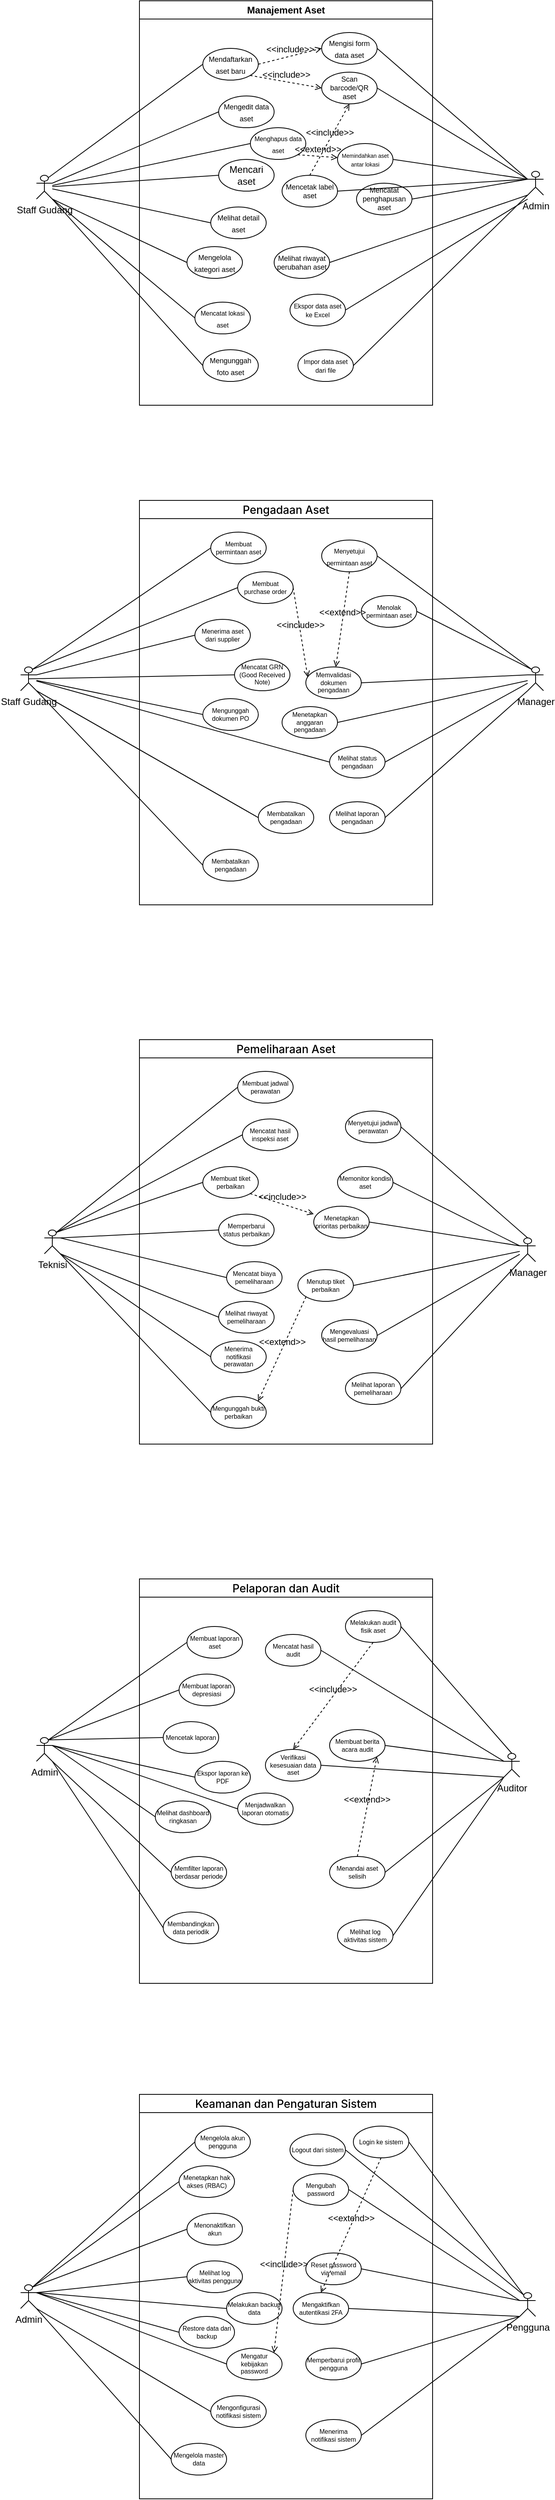
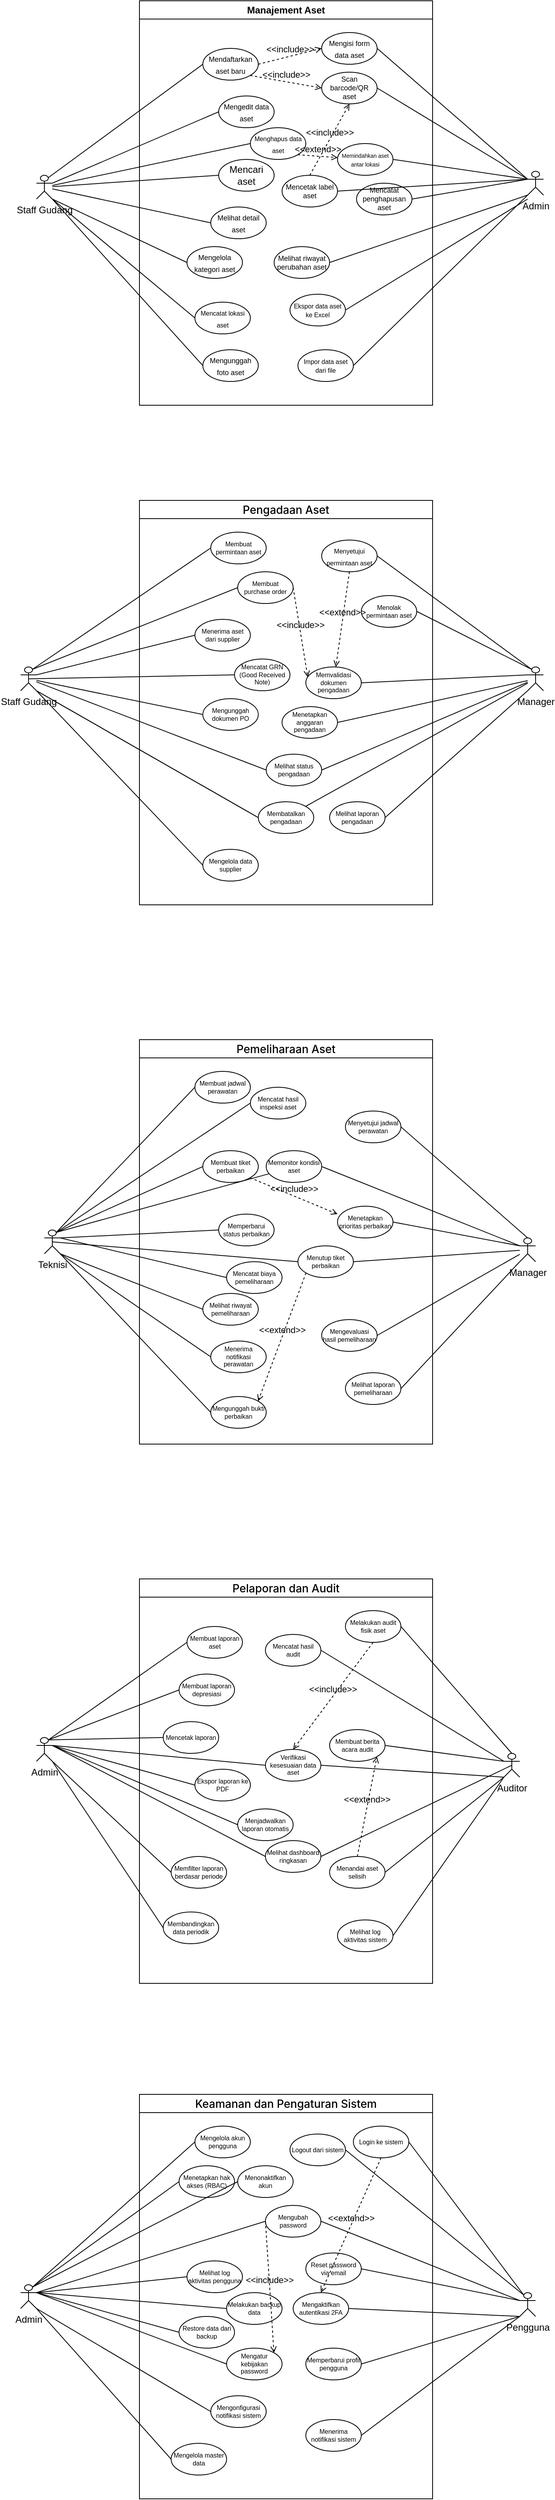
<mxfile host="app.diagrams.net">
  <diagram name="Halaman-1" id="vrqg1WvFMhjWSPYmkqD6">
    <mxGraphModel dx="858" dy="439" grid="1" gridSize="10" guides="1" tooltips="1" connect="1" arrows="1" fold="1" page="1" pageScale="1" pageWidth="827" pageHeight="1169" math="0" shadow="0">
      <root>
        <mxCell id="0" />
        <mxCell id="1" parent="0" />
        <mxCell id="ttJMnmOJ9A8DWHro3bs2-210" parent="1" style="shape=umlActor;verticalLabelPosition=bottom;verticalAlign=top;html=1;outlineConnect=0;" value="Staff Gudang" vertex="1">
          <mxGeometry height="30" width="20" x="90" y="310" as="geometry" />
        </mxCell>
        <mxCell id="ttJMnmOJ9A8DWHro3bs2-211" parent="1" style="shape=umlActor;verticalLabelPosition=bottom;verticalAlign=top;html=1;outlineConnect=0;" value="Admin" vertex="1">
          <mxGeometry height="30" width="20" x="710" y="305" as="geometry" />
        </mxCell>
        <mxCell id="ttJMnmOJ9A8DWHro3bs2-212" parent="1" style="ellipse;whiteSpace=wrap;html=1;align=center;" value="&lt;span style=&quot;&quot;&gt;&lt;font style=&quot;font-size: 9px;&quot;&gt;Mendaftarkan aset baru&lt;/font&gt;&lt;/span&gt;" vertex="1">
          <mxGeometry height="40" width="70" x="300" y="150" as="geometry" />
        </mxCell>
        <mxCell id="ttJMnmOJ9A8DWHro3bs2-213" edge="1" parent="1" source="ttJMnmOJ9A8DWHro3bs2-214" style="rounded=0;orthogonalLoop=1;jettySize=auto;html=1;exitX=0;exitY=0.5;exitDx=0;exitDy=0;endArrow=none;endFill=0;" target="ttJMnmOJ9A8DWHro3bs2-210">
          <mxGeometry relative="1" as="geometry" />
        </mxCell>
        <mxCell id="ttJMnmOJ9A8DWHro3bs2-214" parent="1" style="ellipse;whiteSpace=wrap;html=1;align=center;" value="&lt;span style=&quot;&quot;&gt;&lt;font style=&quot;font-size: 8px;&quot;&gt;Menghapus data aset&lt;/font&gt;&lt;/span&gt;" vertex="1">
          <mxGeometry height="40" width="70" x="360" y="250" as="geometry" />
        </mxCell>
        <mxCell id="ttJMnmOJ9A8DWHro3bs2-215" edge="1" parent="1" source="ttJMnmOJ9A8DWHro3bs2-216" style="rounded=0;orthogonalLoop=1;jettySize=auto;html=1;exitX=0;exitY=0.5;exitDx=0;exitDy=0;endArrow=none;endFill=0;" target="ttJMnmOJ9A8DWHro3bs2-210">
          <mxGeometry relative="1" as="geometry" />
        </mxCell>
        <mxCell id="ttJMnmOJ9A8DWHro3bs2-216" parent="1" style="ellipse;whiteSpace=wrap;html=1;align=center;" value="&lt;span style=&quot;&quot;&gt;Mencari aset&lt;/span&gt;" vertex="1">
          <mxGeometry height="40" width="70" x="320" y="290" as="geometry" />
        </mxCell>
        <mxCell id="ttJMnmOJ9A8DWHro3bs2-217" edge="1" parent="1" source="ttJMnmOJ9A8DWHro3bs2-218" style="rounded=0;orthogonalLoop=1;jettySize=auto;html=1;exitX=0;exitY=0.5;exitDx=0;exitDy=0;endArrow=none;endFill=0;" target="ttJMnmOJ9A8DWHro3bs2-210">
          <mxGeometry relative="1" as="geometry" />
        </mxCell>
        <mxCell id="ttJMnmOJ9A8DWHro3bs2-218" parent="1" style="ellipse;whiteSpace=wrap;html=1;align=center;" value="&lt;span style=&quot;&quot;&gt;&lt;font style=&quot;font-size: 9px;&quot;&gt;Melihat detail aset&lt;/font&gt;&lt;/span&gt;" vertex="1">
          <mxGeometry height="40" width="70" x="310" y="350" as="geometry" />
        </mxCell>
        <mxCell id="ttJMnmOJ9A8DWHro3bs2-219" parent="1" style="ellipse;whiteSpace=wrap;html=1;align=center;" value="&lt;span style=&quot;&quot;&gt;&lt;font style=&quot;font-size: 9px;&quot;&gt;Mengelola kategori aset&lt;/font&gt;&lt;/span&gt;" vertex="1">
          <mxGeometry height="40" width="70" x="280" y="400" as="geometry" />
        </mxCell>
        <mxCell id="ttJMnmOJ9A8DWHro3bs2-220" parent="1" style="ellipse;whiteSpace=wrap;html=1;align=center;" value="&lt;span style=&quot;&quot;&gt;&lt;font style=&quot;font-size: 9px;&quot;&gt;Mengunggah foto aset&lt;/font&gt;&lt;/span&gt;" vertex="1">
          <mxGeometry height="40" width="70" x="300" y="530" as="geometry" />
        </mxCell>
        <mxCell id="ttJMnmOJ9A8DWHro3bs2-221" parent="1" style="ellipse;whiteSpace=wrap;html=1;align=center;" value="&lt;span style=&quot;&quot;&gt;&lt;font style=&quot;font-size: 9px;&quot;&gt;Mengedit data aset&lt;/font&gt;&lt;/span&gt;" vertex="1">
          <mxGeometry height="40" width="70" x="320" y="210" as="geometry" />
        </mxCell>
        <mxCell id="ttJMnmOJ9A8DWHro3bs2-222" parent="1" style="ellipse;whiteSpace=wrap;html=1;align=center;" value="&lt;span style=&quot;&quot;&gt;&lt;font style=&quot;font-size: 8px;&quot;&gt;Mencatat lokasi aset&lt;/font&gt;&lt;/span&gt;" vertex="1">
          <mxGeometry height="40" width="70" x="290" y="470" as="geometry" />
        </mxCell>
        <mxCell id="ttJMnmOJ9A8DWHro3bs2-223" parent="1" style="ellipse;whiteSpace=wrap;html=1;align=center;" value="&lt;span style=&quot;&quot;&gt;&lt;font style=&quot;font-size: 9px;&quot;&gt;Mengisi form data aset&lt;/font&gt;&lt;/span&gt;" vertex="1">
          <mxGeometry height="40" width="70" x="450" y="130" as="geometry" />
        </mxCell>
        <mxCell id="ttJMnmOJ9A8DWHro3bs2-224" parent="1" style="ellipse;whiteSpace=wrap;html=1;verticalAlign=middle;fontSize=9;align=center;" value="&lt;font&gt;Scan barcode/QR aset&lt;/font&gt;" vertex="1">
          <mxGeometry height="40" width="70" x="450" y="180" as="geometry" />
        </mxCell>
        <mxCell id="ttJMnmOJ9A8DWHro3bs2-225" parent="1" style="ellipse;whiteSpace=wrap;html=1;verticalAlign=middle;fontSize=9;align=center;" value="Melihat riwayat perubahan aset" vertex="1">
          <mxGeometry height="40" width="70" x="390" y="400" as="geometry" />
        </mxCell>
        <mxCell id="ttJMnmOJ9A8DWHro3bs2-226" edge="1" parent="1" source="ttJMnmOJ9A8DWHro3bs2-227" style="rounded=0;orthogonalLoop=1;jettySize=auto;html=1;exitX=1;exitY=0.5;exitDx=0;exitDy=0;endArrow=none;endFill=0;">
          <mxGeometry relative="1" as="geometry">
            <mxPoint x="710" y="340" as="targetPoint" />
          </mxGeometry>
        </mxCell>
        <mxCell id="ttJMnmOJ9A8DWHro3bs2-227" parent="1" style="ellipse;whiteSpace=wrap;html=1;verticalAlign=middle;fontSize=9;align=center;" value="&lt;font style=&quot;font-size: 8px;&quot;&gt;Ekspor data aset ke Excel&lt;/font&gt;" vertex="1">
          <mxGeometry height="40" width="70" x="410" y="460" as="geometry" />
        </mxCell>
        <mxCell id="ttJMnmOJ9A8DWHro3bs2-228" parent="1" style="ellipse;whiteSpace=wrap;html=1;verticalAlign=middle;fontSize=9;align=center;" value="Mencetak label aset" vertex="1">
          <mxGeometry height="40" width="70" x="400" y="310" as="geometry" />
        </mxCell>
        <mxCell id="ttJMnmOJ9A8DWHro3bs2-229" parent="1" style="ellipse;whiteSpace=wrap;html=1;verticalAlign=middle;fontSize=9;align=center;" value="&lt;font style=&quot;font-size: 7px;&quot;&gt;Memindahkan aset antar lokasi&lt;/font&gt;" vertex="1">
          <mxGeometry height="40" width="70" x="470" y="270" as="geometry" />
        </mxCell>
        <mxCell id="ttJMnmOJ9A8DWHro3bs2-230" parent="1" style="ellipse;whiteSpace=wrap;html=1;verticalAlign=middle;fontSize=9;align=center;" value="Mencatat penghapusan aset" vertex="1">
          <mxGeometry height="40" width="70" x="494" y="320" as="geometry" />
        </mxCell>
        <mxCell id="ttJMnmOJ9A8DWHro3bs2-231" parent="1" style="ellipse;whiteSpace=wrap;html=1;verticalAlign=middle;fontSize=9;align=center;" value="&lt;font style=&quot;font-size: 8px;&quot;&gt;Impor data aset dari file&lt;/font&gt;" vertex="1">
          <mxGeometry height="40" width="70" x="420" y="530" as="geometry" />
        </mxCell>
        <mxCell id="ttJMnmOJ9A8DWHro3bs2-232" edge="1" parent="1" source="ttJMnmOJ9A8DWHro3bs2-212" style="rounded=0;orthogonalLoop=1;jettySize=auto;html=1;exitX=0;exitY=0.5;exitDx=0;exitDy=0;entryX=0.75;entryY=0.1;entryDx=0;entryDy=0;entryPerimeter=0;endArrow=none;endFill=0;" target="ttJMnmOJ9A8DWHro3bs2-210">
          <mxGeometry relative="1" as="geometry" />
        </mxCell>
        <mxCell id="ttJMnmOJ9A8DWHro3bs2-233" edge="1" parent="1" source="ttJMnmOJ9A8DWHro3bs2-221" style="rounded=0;orthogonalLoop=1;jettySize=auto;html=1;exitX=0;exitY=0.5;exitDx=0;exitDy=0;entryX=1;entryY=0.3333333333333333;entryDx=0;entryDy=0;entryPerimeter=0;endArrow=none;endFill=0;" target="ttJMnmOJ9A8DWHro3bs2-210">
          <mxGeometry relative="1" as="geometry" />
        </mxCell>
        <mxCell id="ttJMnmOJ9A8DWHro3bs2-234" edge="1" parent="1" source="ttJMnmOJ9A8DWHro3bs2-220" style="rounded=0;orthogonalLoop=1;jettySize=auto;html=1;exitX=0;exitY=0.5;exitDx=0;exitDy=0;entryX=1;entryY=1;entryDx=0;entryDy=0;entryPerimeter=0;endArrow=none;endFill=0;" target="ttJMnmOJ9A8DWHro3bs2-210">
          <mxGeometry relative="1" as="geometry" />
        </mxCell>
        <mxCell id="ttJMnmOJ9A8DWHro3bs2-235" edge="1" parent="1" source="ttJMnmOJ9A8DWHro3bs2-219" style="rounded=0;orthogonalLoop=1;jettySize=auto;html=1;exitX=0;exitY=0.5;exitDx=0;exitDy=0;entryX=1;entryY=1;entryDx=0;entryDy=0;entryPerimeter=0;startSize=5;endArrow=none;endFill=0;" target="ttJMnmOJ9A8DWHro3bs2-210">
          <mxGeometry relative="1" as="geometry" />
        </mxCell>
        <mxCell id="ttJMnmOJ9A8DWHro3bs2-236" edge="1" parent="1" source="ttJMnmOJ9A8DWHro3bs2-222" style="rounded=0;orthogonalLoop=1;jettySize=auto;html=1;exitX=0;exitY=0.5;exitDx=0;exitDy=0;entryX=1;entryY=1;entryDx=0;entryDy=0;entryPerimeter=0;endArrow=none;endFill=0;" target="ttJMnmOJ9A8DWHro3bs2-210">
          <mxGeometry relative="1" as="geometry" />
        </mxCell>
        <mxCell id="ttJMnmOJ9A8DWHro3bs2-237" edge="1" parent="1" source="ttJMnmOJ9A8DWHro3bs2-223" style="rounded=0;orthogonalLoop=1;jettySize=auto;html=1;exitX=1;exitY=0.5;exitDx=0;exitDy=0;entryX=0;entryY=0.3333333333333333;entryDx=0;entryDy=0;entryPerimeter=0;endArrow=none;endFill=0;" target="ttJMnmOJ9A8DWHro3bs2-211">
          <mxGeometry relative="1" as="geometry" />
        </mxCell>
        <mxCell id="ttJMnmOJ9A8DWHro3bs2-238" edge="1" parent="1" source="ttJMnmOJ9A8DWHro3bs2-224" style="rounded=0;orthogonalLoop=1;jettySize=auto;html=1;exitX=1;exitY=0.5;exitDx=0;exitDy=0;entryX=0;entryY=0.3333333333333333;entryDx=0;entryDy=0;entryPerimeter=0;endArrow=none;endFill=0;" target="ttJMnmOJ9A8DWHro3bs2-211">
          <mxGeometry relative="1" as="geometry" />
        </mxCell>
        <mxCell id="ttJMnmOJ9A8DWHro3bs2-239" edge="1" parent="1" source="ttJMnmOJ9A8DWHro3bs2-229" style="rounded=0;orthogonalLoop=1;jettySize=auto;html=1;exitX=1;exitY=0.5;exitDx=0;exitDy=0;entryX=0;entryY=0.3333333333333333;entryDx=0;entryDy=0;entryPerimeter=0;endArrow=none;endFill=0;" target="ttJMnmOJ9A8DWHro3bs2-211">
          <mxGeometry relative="1" as="geometry" />
        </mxCell>
        <mxCell id="ttJMnmOJ9A8DWHro3bs2-240" edge="1" parent="1" source="ttJMnmOJ9A8DWHro3bs2-230" style="rounded=0;orthogonalLoop=1;jettySize=auto;html=1;exitX=1;exitY=0.5;exitDx=0;exitDy=0;entryX=0;entryY=0.3333333333333333;entryDx=0;entryDy=0;entryPerimeter=0;endArrow=none;endFill=0;" target="ttJMnmOJ9A8DWHro3bs2-211">
          <mxGeometry relative="1" as="geometry" />
        </mxCell>
        <mxCell id="ttJMnmOJ9A8DWHro3bs2-241" edge="1" parent="1" source="ttJMnmOJ9A8DWHro3bs2-228" style="rounded=0;orthogonalLoop=1;jettySize=auto;html=1;exitX=1;exitY=0.5;exitDx=0;exitDy=0;entryX=0;entryY=0.3333333333333333;entryDx=0;entryDy=0;entryPerimeter=0;endArrow=none;endFill=0;" target="ttJMnmOJ9A8DWHro3bs2-211">
          <mxGeometry relative="1" as="geometry" />
        </mxCell>
        <mxCell id="ttJMnmOJ9A8DWHro3bs2-242" edge="1" parent="1" source="ttJMnmOJ9A8DWHro3bs2-225" style="rounded=0;orthogonalLoop=1;jettySize=auto;html=1;exitX=1;exitY=0.5;exitDx=0;exitDy=0;entryX=0;entryY=1;entryDx=0;entryDy=0;entryPerimeter=0;endArrow=none;endFill=0;" target="ttJMnmOJ9A8DWHro3bs2-211">
          <mxGeometry relative="1" as="geometry" />
        </mxCell>
        <mxCell id="ttJMnmOJ9A8DWHro3bs2-243" edge="1" parent="1" source="ttJMnmOJ9A8DWHro3bs2-231" style="rounded=0;orthogonalLoop=1;jettySize=auto;html=1;exitX=1;exitY=0.5;exitDx=0;exitDy=0;entryX=0;entryY=1;entryDx=0;entryDy=0;entryPerimeter=0;endArrow=none;endFill=0;" target="ttJMnmOJ9A8DWHro3bs2-211">
          <mxGeometry relative="1" as="geometry" />
        </mxCell>
        <mxCell id="ttJMnmOJ9A8DWHro3bs2-244" edge="1" parent="1" source="ttJMnmOJ9A8DWHro3bs2-228" style="html=1;verticalAlign=bottom;labelBackgroundColor=none;endArrow=open;endFill=0;dashed=1;rounded=0;exitX=0.5;exitY=0;exitDx=0;exitDy=0;entryX=0.5;entryY=1;entryDx=0;entryDy=0;" target="ttJMnmOJ9A8DWHro3bs2-224" value="&amp;lt;&amp;lt;include&amp;gt;&amp;gt;">
          <mxGeometry relative="1" width="160" as="geometry">
            <mxPoint x="380" y="390" as="sourcePoint" />
            <mxPoint x="540" y="390" as="targetPoint" />
          </mxGeometry>
        </mxCell>
        <mxCell id="ttJMnmOJ9A8DWHro3bs2-245" edge="1" parent="1" source="ttJMnmOJ9A8DWHro3bs2-212" style="html=1;verticalAlign=bottom;labelBackgroundColor=none;endArrow=open;endFill=0;dashed=1;rounded=0;entryX=0;entryY=0.5;entryDx=0;entryDy=0;exitX=1;exitY=0.5;exitDx=0;exitDy=0;" target="ttJMnmOJ9A8DWHro3bs2-223" value="&amp;lt;&amp;lt;include&amp;gt;&amp;gt;">
          <mxGeometry relative="1" width="160" as="geometry">
            <mxPoint x="400" y="170" as="sourcePoint" />
            <mxPoint x="560" y="170" as="targetPoint" />
          </mxGeometry>
        </mxCell>
        <mxCell id="ttJMnmOJ9A8DWHro3bs2-246" edge="1" parent="1" source="ttJMnmOJ9A8DWHro3bs2-212" style="html=1;verticalAlign=bottom;labelBackgroundColor=none;endArrow=open;endFill=0;dashed=1;rounded=0;entryX=0;entryY=0.5;entryDx=0;entryDy=0;exitX=1;exitY=1;exitDx=0;exitDy=0;" target="ttJMnmOJ9A8DWHro3bs2-224" value="&amp;lt;&amp;lt;include&amp;gt;&amp;gt;">
          <mxGeometry relative="1" width="160" as="geometry">
            <mxPoint x="400" y="190" as="sourcePoint" />
            <mxPoint x="470" y="200" as="targetPoint" />
          </mxGeometry>
        </mxCell>
        <mxCell id="ttJMnmOJ9A8DWHro3bs2-247" edge="1" parent="1" source="ttJMnmOJ9A8DWHro3bs2-214" style="html=1;verticalAlign=bottom;labelBackgroundColor=none;endArrow=open;endFill=0;dashed=1;rounded=0;exitX=1;exitY=1;exitDx=0;exitDy=0;" target="ttJMnmOJ9A8DWHro3bs2-229" value="&amp;lt;&amp;lt;extend&amp;gt;&amp;gt;">
          <mxGeometry relative="1" width="160" as="geometry">
            <mxPoint x="530" y="240" as="sourcePoint" />
            <mxPoint x="690" y="240" as="targetPoint" />
          </mxGeometry>
        </mxCell>
        <mxCell id="ttJMnmOJ9A8DWHro3bs2-248" parent="1" style="swimlane;whiteSpace=wrap;html=1;startSize=23;" value="Manajement Aset" vertex="1">
          <mxGeometry height="510" width="370" x="220" y="90" as="geometry" />
        </mxCell>
        <mxCell id="ttJMnmOJ9A8DWHro3bs2-249" parent="1" style="swimlane;whiteSpace=wrap;html=1;startSize=23;" value="&lt;span style=&quot;font-family: &amp;quot;Anthropic Sans&amp;quot;, -apple-system, BlinkMacSystemFont, &amp;quot;Segoe UI&amp;quot;, sans-serif; font-size: 14px; font-weight: 500; text-align: start; white-space: nowrap;&quot;&gt;Pengadaan Aset&lt;/span&gt;" vertex="1">
          <mxGeometry height="510" width="370" x="220" y="720" as="geometry" />
        </mxCell>
        <mxCell id="ttJMnmOJ9A8DWHro3bs2-253" parent="ttJMnmOJ9A8DWHro3bs2-249" style="ellipse;whiteSpace=wrap;html=1;align=center;fontSize=8;" value="&lt;span style=&quot;&quot;&gt;Membuat permintaan aset&lt;/span&gt;" vertex="1">
          <mxGeometry height="40" width="70" x="90" y="40" as="geometry" />
        </mxCell>
        <mxCell id="ttJMnmOJ9A8DWHro3bs2-254" parent="ttJMnmOJ9A8DWHro3bs2-249" style="ellipse;whiteSpace=wrap;html=1;align=center;fontSize=8;" value="&lt;span style=&quot;&quot;&gt;Membuat purchase order&lt;/span&gt;" vertex="1">
          <mxGeometry height="40" width="70" x="124" y="90" as="geometry" />
        </mxCell>
        <mxCell id="ttJMnmOJ9A8DWHro3bs2-260" parent="ttJMnmOJ9A8DWHro3bs2-249" style="ellipse;whiteSpace=wrap;html=1;align=center;fontSize=8;" value="&lt;span style=&quot;&quot;&gt;Menerima aset dari supplier&lt;/span&gt;" vertex="1">
          <mxGeometry height="40" width="70" x="70" y="150" as="geometry" />
        </mxCell>
-         <mxCell id="ttJMnmOJ9A8DWHro3bs2-255" parent="ttJMnmOJ9A8DWHro3bs2-249" style="ellipse;whiteSpace=wrap;html=1;align=center;fontSize=8;" value="&lt;span style=&quot;&quot;&gt;Membatalkan pengadaan&lt;/span&gt;" vertex="1">
+         <mxCell id="ttJMnmOJ9A8DWHro3bs2-255" parent="ttJMnmOJ9A8DWHro3bs2-249" style="ellipse;whiteSpace=wrap;html=1;align=center;fontSize=8;" value="Mengelola data supplier" vertex="1">
          <mxGeometry height="40" width="70" x="80" y="440" as="geometry" />
        </mxCell>
        <mxCell id="ttJMnmOJ9A8DWHro3bs2-258" parent="ttJMnmOJ9A8DWHro3bs2-249" style="ellipse;whiteSpace=wrap;html=1;align=center;fontSize=8;" value="&lt;span style=&quot;&quot;&gt;Mencatat GRN (Good Received Note)&lt;/span&gt;" vertex="1">
          <mxGeometry height="40" width="70" x="120" y="200" as="geometry" />
        </mxCell>
        <mxCell id="ttJMnmOJ9A8DWHro3bs2-259" parent="ttJMnmOJ9A8DWHro3bs2-249" style="ellipse;whiteSpace=wrap;html=1;align=center;fontSize=8;" value="&lt;span style=&quot;&quot;&gt;Membatalkan pengadaan&lt;/span&gt;" vertex="1">
          <mxGeometry height="40" width="70" x="150" y="380" as="geometry" />
        </mxCell>
        <mxCell id="ttJMnmOJ9A8DWHro3bs2-256" parent="ttJMnmOJ9A8DWHro3bs2-249" style="ellipse;whiteSpace=wrap;html=1;align=center;fontSize=8;" value="&lt;span style=&quot;&quot;&gt;Mengunggah dokumen PO&lt;/span&gt;" vertex="1">
          <mxGeometry height="40" width="70" x="80" y="250" as="geometry" />
        </mxCell>
        <mxCell id="ttJMnmOJ9A8DWHro3bs2-257" parent="ttJMnmOJ9A8DWHro3bs2-249" style="ellipse;whiteSpace=wrap;html=1;align=center;fontSize=8;" value="&lt;span style=&quot;&quot;&gt;Melihat status pengadaan&lt;/span&gt;" vertex="1">
-           <mxGeometry height="40" width="70" x="240" y="310" as="geometry" />
+           <mxGeometry height="40" width="70" x="160" y="320" as="geometry" />
        </mxCell>
        <mxCell id="ttJMnmOJ9A8DWHro3bs2-263" parent="ttJMnmOJ9A8DWHro3bs2-249" style="ellipse;whiteSpace=wrap;html=1;align=center;" value="&lt;span style=&quot;&quot;&gt;&lt;font style=&quot;font-size: 8px;&quot;&gt;Menyetujui permintaan aset&lt;/font&gt;&lt;/span&gt;" vertex="1">
          <mxGeometry height="40" width="70" x="230" y="50" as="geometry" />
        </mxCell>
        <mxCell id="ttJMnmOJ9A8DWHro3bs2-261" parent="ttJMnmOJ9A8DWHro3bs2-249" style="ellipse;whiteSpace=wrap;html=1;align=center;fontSize=8;" value="&lt;span style=&quot;&quot;&gt;Menolak permintaan aset&lt;/span&gt;" vertex="1">
          <mxGeometry height="40" width="70" x="280" y="120" as="geometry" />
        </mxCell>
        <mxCell id="ttJMnmOJ9A8DWHro3bs2-262" parent="ttJMnmOJ9A8DWHro3bs2-249" style="ellipse;whiteSpace=wrap;html=1;align=center;fontSize=8;" value="&lt;br&gt;&lt;span style=&quot;orphans: 2; text-indent: 0px; widows: 2; text-decoration-thickness: initial; text-decoration-style: initial; text-decoration-color: initial; float: none; display: inline !important; color: rgb(0, 0, 0);&quot;&gt;Menetapkan anggaran pengadaan&lt;/span&gt;&lt;div&gt;&lt;br/&gt;&lt;/div&gt;" vertex="1">
          <mxGeometry height="40" width="70" x="180" y="260" as="geometry" />
        </mxCell>
        <mxCell id="ttJMnmOJ9A8DWHro3bs2-264" parent="ttJMnmOJ9A8DWHro3bs2-249" style="ellipse;whiteSpace=wrap;html=1;align=center;fontSize=8;" value="&lt;span style=&quot;&quot;&gt;Melihat laporan pengadaan&lt;/span&gt;" vertex="1">
          <mxGeometry height="40" width="70" x="240" y="380" as="geometry" />
        </mxCell>
        <mxCell id="ttJMnmOJ9A8DWHro3bs2-265" parent="ttJMnmOJ9A8DWHro3bs2-249" style="ellipse;whiteSpace=wrap;html=1;align=center;fontSize=8;" value="&lt;span style=&quot;&quot;&gt;Memvalidasi dokumen pengadaan&lt;/span&gt;" vertex="1">
          <mxGeometry height="40" width="70" x="210" y="210" as="geometry" />
        </mxCell>
        <mxCell id="ttJMnmOJ9A8DWHro3bs2-285" edge="1" parent="ttJMnmOJ9A8DWHro3bs2-249" source="ttJMnmOJ9A8DWHro3bs2-254" style="html=1;verticalAlign=bottom;labelBackgroundColor=none;endArrow=open;endFill=0;dashed=1;rounded=0;exitX=1;exitY=0.5;exitDx=0;exitDy=0;entryX=0.035;entryY=0.322;entryDx=0;entryDy=0;entryPerimeter=0;" target="ttJMnmOJ9A8DWHro3bs2-265" value="&amp;lt;&amp;lt;include&amp;gt;&amp;gt;">
          <mxGeometry relative="1" width="160" as="geometry">
            <mxPoint x="200" y="180" as="sourcePoint" />
            <mxPoint x="250" y="90" as="targetPoint" />
          </mxGeometry>
        </mxCell>
        <mxCell id="ttJMnmOJ9A8DWHro3bs2-286" edge="1" parent="ttJMnmOJ9A8DWHro3bs2-249" source="ttJMnmOJ9A8DWHro3bs2-263" style="html=1;verticalAlign=bottom;labelBackgroundColor=none;endArrow=open;endFill=0;dashed=1;rounded=0;exitX=0.5;exitY=1;exitDx=0;exitDy=0;" target="ttJMnmOJ9A8DWHro3bs2-265" value="&amp;lt;&amp;lt;extend&amp;gt;&amp;gt;">
          <mxGeometry relative="1" width="160" as="geometry">
            <mxPoint x="220" y="80" as="sourcePoint" />
            <mxPoint x="270" y="84" as="targetPoint" />
          </mxGeometry>
        </mxCell>
        <mxCell id="ttJMnmOJ9A8DWHro3bs2-250" parent="1" style="shape=umlActor;verticalLabelPosition=bottom;verticalAlign=top;html=1;outlineConnect=0;" value="Staff Gudang" vertex="1">
          <mxGeometry height="30" width="20" x="70" y="930" as="geometry" />
        </mxCell>
        <mxCell id="ttJMnmOJ9A8DWHro3bs2-251" parent="1" style="shape=umlActor;verticalLabelPosition=bottom;verticalAlign=top;html=1;outlineConnect=0;" value="Manager" vertex="1">
          <mxGeometry height="30" width="20" x="710" y="930" as="geometry" />
        </mxCell>
        <mxCell id="ttJMnmOJ9A8DWHro3bs2-274" edge="1" parent="1" source="ttJMnmOJ9A8DWHro3bs2-256" style="rounded=0;orthogonalLoop=1;jettySize=auto;html=1;exitX=0;exitY=0.5;exitDx=0;exitDy=0;endArrow=none;endFill=0;" target="ttJMnmOJ9A8DWHro3bs2-250">
          <mxGeometry relative="1" as="geometry" />
        </mxCell>
        <mxCell id="ttJMnmOJ9A8DWHro3bs2-275" edge="1" parent="1" source="ttJMnmOJ9A8DWHro3bs2-257" style="rounded=0;orthogonalLoop=1;jettySize=auto;html=1;exitX=0;exitY=0.5;exitDx=0;exitDy=0;endArrow=none;endFill=0;" target="ttJMnmOJ9A8DWHro3bs2-250">
          <mxGeometry relative="1" as="geometry" />
        </mxCell>
        <mxCell id="ttJMnmOJ9A8DWHro3bs2-266" edge="1" parent="1" source="ttJMnmOJ9A8DWHro3bs2-253" style="rounded=0;orthogonalLoop=1;jettySize=auto;html=1;exitX=0;exitY=0.5;exitDx=0;exitDy=0;entryX=0.75;entryY=0.1;entryDx=0;entryDy=0;entryPerimeter=0;endArrow=none;endFill=0;" target="ttJMnmOJ9A8DWHro3bs2-250">
          <mxGeometry relative="1" as="geometry" />
        </mxCell>
        <mxCell id="ttJMnmOJ9A8DWHro3bs2-267" edge="1" parent="1" source="ttJMnmOJ9A8DWHro3bs2-254" style="rounded=0;orthogonalLoop=1;jettySize=auto;html=1;exitX=0;exitY=0.5;exitDx=0;exitDy=0;entryX=0.75;entryY=0.1;entryDx=0;entryDy=0;entryPerimeter=0;endArrow=none;endFill=0;" target="ttJMnmOJ9A8DWHro3bs2-250">
          <mxGeometry relative="1" as="geometry" />
        </mxCell>
        <mxCell id="ttJMnmOJ9A8DWHro3bs2-268" edge="1" parent="1" source="ttJMnmOJ9A8DWHro3bs2-260" style="rounded=0;orthogonalLoop=1;jettySize=auto;html=1;exitX=0;exitY=0.5;exitDx=0;exitDy=0;entryX=1;entryY=0.3333333333333333;entryDx=0;entryDy=0;entryPerimeter=0;endArrow=none;endFill=0;" target="ttJMnmOJ9A8DWHro3bs2-250">
          <mxGeometry relative="1" as="geometry" />
        </mxCell>
        <mxCell id="ttJMnmOJ9A8DWHro3bs2-269" edge="1" parent="1" source="ttJMnmOJ9A8DWHro3bs2-255" style="rounded=0;orthogonalLoop=1;jettySize=auto;html=1;exitX=0;exitY=0.5;exitDx=0;exitDy=0;entryX=1;entryY=1;entryDx=0;entryDy=0;entryPerimeter=0;endArrow=none;endFill=0;" target="ttJMnmOJ9A8DWHro3bs2-250">
          <mxGeometry relative="1" as="geometry" />
        </mxCell>
        <mxCell id="ttJMnmOJ9A8DWHro3bs2-271" edge="1" parent="1" source="ttJMnmOJ9A8DWHro3bs2-259" style="rounded=0;orthogonalLoop=1;jettySize=auto;html=1;exitX=0;exitY=0.5;exitDx=0;exitDy=0;entryX=1;entryY=1;entryDx=0;entryDy=0;entryPerimeter=0;endArrow=none;endFill=0;" target="ttJMnmOJ9A8DWHro3bs2-250">
          <mxGeometry relative="1" as="geometry" />
        </mxCell>
        <mxCell id="ttJMnmOJ9A8DWHro3bs2-272" edge="1" parent="1" source="ttJMnmOJ9A8DWHro3bs2-259" style="rounded=0;orthogonalLoop=1;jettySize=auto;html=1;exitX=0;exitY=0.5;exitDx=0;exitDy=0;entryX=1;entryY=1;entryDx=0;entryDy=0;entryPerimeter=0;endArrow=none;endFill=0;" target="ttJMnmOJ9A8DWHro3bs2-250">
          <mxGeometry relative="1" as="geometry" />
        </mxCell>
        <mxCell id="ttJMnmOJ9A8DWHro3bs2-276" edge="1" parent="1" source="ttJMnmOJ9A8DWHro3bs2-258" style="rounded=0;orthogonalLoop=1;jettySize=auto;html=1;exitX=0;exitY=0.5;exitDx=0;exitDy=0;entryX=0.5;entryY=0.5;entryDx=0;entryDy=0;entryPerimeter=0;endArrow=none;endFill=0;" target="ttJMnmOJ9A8DWHro3bs2-250" value="">
          <mxGeometry relative="1" as="geometry">
            <mxPoint x="330" y="1030" as="sourcePoint" />
            <mxPoint x="120" y="900" as="targetPoint" />
          </mxGeometry>
        </mxCell>
        <mxCell id="ttJMnmOJ9A8DWHro3bs2-278" edge="1" parent="1" source="ttJMnmOJ9A8DWHro3bs2-263" style="rounded=0;orthogonalLoop=1;jettySize=auto;html=1;exitX=1;exitY=0.5;exitDx=0;exitDy=0;entryX=0.25;entryY=0.1;entryDx=0;entryDy=0;entryPerimeter=0;endArrow=none;endFill=0;" target="ttJMnmOJ9A8DWHro3bs2-251">
          <mxGeometry relative="1" as="geometry" />
        </mxCell>
        <mxCell id="ttJMnmOJ9A8DWHro3bs2-279" edge="1" parent="1" source="ttJMnmOJ9A8DWHro3bs2-261" style="rounded=0;orthogonalLoop=1;jettySize=auto;html=1;exitX=1;exitY=0.5;exitDx=0;exitDy=0;entryX=0.25;entryY=0.1;entryDx=0;entryDy=0;entryPerimeter=0;endArrow=none;endFill=0;" target="ttJMnmOJ9A8DWHro3bs2-251">
          <mxGeometry relative="1" as="geometry" />
        </mxCell>
        <mxCell id="ttJMnmOJ9A8DWHro3bs2-280" edge="1" parent="1" source="ttJMnmOJ9A8DWHro3bs2-262" style="rounded=0;orthogonalLoop=1;jettySize=auto;html=1;exitX=1;exitY=0.5;exitDx=0;exitDy=0;endArrow=none;endFill=0;" target="ttJMnmOJ9A8DWHro3bs2-251">
          <mxGeometry relative="1" as="geometry" />
        </mxCell>
        <mxCell id="ttJMnmOJ9A8DWHro3bs2-281" edge="1" parent="1" source="ttJMnmOJ9A8DWHro3bs2-264" style="rounded=0;orthogonalLoop=1;jettySize=auto;html=1;exitX=1;exitY=0.5;exitDx=0;exitDy=0;entryX=0;entryY=1;entryDx=0;entryDy=0;entryPerimeter=0;endArrow=none;endFill=0;" target="ttJMnmOJ9A8DWHro3bs2-251">
          <mxGeometry relative="1" as="geometry" />
        </mxCell>
        <mxCell id="ttJMnmOJ9A8DWHro3bs2-282" edge="1" parent="1" source="ttJMnmOJ9A8DWHro3bs2-265" style="rounded=0;orthogonalLoop=1;jettySize=auto;html=1;exitX=1;exitY=0.5;exitDx=0;exitDy=0;entryX=0;entryY=0.3333333333333333;entryDx=0;entryDy=0;entryPerimeter=0;endArrow=none;endFill=0;" target="ttJMnmOJ9A8DWHro3bs2-251">
          <mxGeometry relative="1" as="geometry" />
        </mxCell>
        <mxCell id="ttJMnmOJ9A8DWHro3bs2-319" parent="1" style="swimlane;whiteSpace=wrap;html=1;startSize=23;" value="&lt;span style=&quot;font-family: &amp;quot;Anthropic Sans&amp;quot;, -apple-system, BlinkMacSystemFont, &amp;quot;Segoe UI&amp;quot;, sans-serif; font-size: 14px; font-weight: 500; text-align: start; white-space: nowrap;&quot;&gt;Pemeliharaan Aset&lt;/span&gt;" vertex="1">
          <mxGeometry height="510" width="370" x="220" y="1400" as="geometry" />
        </mxCell>
        <mxCell id="ttJMnmOJ9A8DWHro3bs2-322" parent="ttJMnmOJ9A8DWHro3bs2-319" style="ellipse;whiteSpace=wrap;html=1;align=center;fontSize=8;" value="Membuat jadwal perawatan" vertex="1">
-           <mxGeometry height="40" width="70" x="124" y="40" as="geometry" />
+           <mxGeometry height="40" width="70" x="70" y="40" as="geometry" />
        </mxCell>
        <mxCell id="ttJMnmOJ9A8DWHro3bs2-323" parent="ttJMnmOJ9A8DWHro3bs2-319" style="ellipse;whiteSpace=wrap;html=1;align=center;fontSize=8;" value="Mencatat hasil inspeksi aset" vertex="1">
-           <mxGeometry height="40" width="70" x="130" y="100" as="geometry" />
+           <mxGeometry height="40" width="70" x="140" y="60" as="geometry" />
        </mxCell>
        <mxCell id="ttJMnmOJ9A8DWHro3bs2-324" parent="ttJMnmOJ9A8DWHro3bs2-319" style="ellipse;whiteSpace=wrap;html=1;align=center;fontSize=8;" value="Membuat tiket perbaikan" vertex="1">
-           <mxGeometry height="40" width="70" x="80" y="160" as="geometry" />
+           <mxGeometry height="40" width="70" x="80" y="140" as="geometry" />
        </mxCell>
        <mxCell id="ttJMnmOJ9A8DWHro3bs2-325" parent="ttJMnmOJ9A8DWHro3bs2-319" style="ellipse;whiteSpace=wrap;html=1;align=center;fontSize=8;" value="Memperbarui status perbaikan" vertex="1">
          <mxGeometry height="40" width="70" x="100" y="220" as="geometry" />
        </mxCell>
        <mxCell id="ttJMnmOJ9A8DWHro3bs2-326" parent="ttJMnmOJ9A8DWHro3bs2-319" style="ellipse;whiteSpace=wrap;html=1;align=center;fontSize=8;" value="Mencatat biaya pemeliharaan" vertex="1">
          <mxGeometry height="40" width="70" x="110" y="280" as="geometry" />
        </mxCell>
        <mxCell id="ttJMnmOJ9A8DWHro3bs2-327" parent="ttJMnmOJ9A8DWHro3bs2-319" style="ellipse;whiteSpace=wrap;html=1;align=center;fontSize=8;" value="Menerima notifikasi perawatan" vertex="1">
          <mxGeometry height="40" width="70" x="90" y="380" as="geometry" />
        </mxCell>
        <mxCell id="ttJMnmOJ9A8DWHro3bs2-328" parent="ttJMnmOJ9A8DWHro3bs2-319" style="ellipse;whiteSpace=wrap;html=1;align=center;fontSize=8;" value="Melihat riwayat pemeliharaan" vertex="1">
-           <mxGeometry height="40" width="70" x="100" y="330" as="geometry" />
+           <mxGeometry height="40" width="70" x="80" y="320" as="geometry" />
        </mxCell>
        <mxCell id="ttJMnmOJ9A8DWHro3bs2-329" parent="ttJMnmOJ9A8DWHro3bs2-319" style="ellipse;whiteSpace=wrap;html=1;align=center;fontSize=8;" value="Mengunggah bukti perbaikan" vertex="1">
          <mxGeometry height="40" width="70" x="90" y="450" as="geometry" />
        </mxCell>
        <mxCell id="ttJMnmOJ9A8DWHro3bs2-332" parent="ttJMnmOJ9A8DWHro3bs2-319" style="ellipse;whiteSpace=wrap;html=1;align=center;fontSize=8;" value="Menetapkan prioritas perbaikan" vertex="1">
-           <mxGeometry height="40" width="70" x="220" y="210" as="geometry" />
+           <mxGeometry height="40" width="70" x="250" y="210" as="geometry" />
        </mxCell>
        <mxCell id="ttJMnmOJ9A8DWHro3bs2-333" parent="ttJMnmOJ9A8DWHro3bs2-319" style="ellipse;whiteSpace=wrap;html=1;align=center;fontSize=8;" value="Melihat laporan pemeliharaan" vertex="1">
          <mxGeometry height="40" width="70" x="260" y="420" as="geometry" />
        </mxCell>
        <mxCell id="ttJMnmOJ9A8DWHro3bs2-334" parent="ttJMnmOJ9A8DWHro3bs2-319" style="ellipse;whiteSpace=wrap;html=1;align=center;fontSize=8;" value="Menutup tiket perbaikan" vertex="1">
-           <mxGeometry height="40" width="70" x="200" y="290" as="geometry" />
+           <mxGeometry height="40" width="70" x="200" y="260" as="geometry" />
        </mxCell>
        <mxCell id="ttJMnmOJ9A8DWHro3bs2-335" parent="ttJMnmOJ9A8DWHro3bs2-319" style="ellipse;whiteSpace=wrap;html=1;align=center;fontSize=8;" value="Mengevaluasi hasil pemeliharaan" vertex="1">
          <mxGeometry height="40" width="70" x="230" y="353" as="geometry" />
        </mxCell>
        <mxCell id="ttJMnmOJ9A8DWHro3bs2-352" edge="1" parent="ttJMnmOJ9A8DWHro3bs2-319" source="ttJMnmOJ9A8DWHro3bs2-335" style="edgeStyle=orthogonalEdgeStyle;rounded=0;orthogonalLoop=1;jettySize=auto;html=1;exitX=0.5;exitY=1;exitDx=0;exitDy=0;" target="ttJMnmOJ9A8DWHro3bs2-335">
          <mxGeometry relative="1" as="geometry" />
        </mxCell>
        <mxCell id="ttJMnmOJ9A8DWHro3bs2-353" edge="1" parent="ttJMnmOJ9A8DWHro3bs2-319" source="ttJMnmOJ9A8DWHro3bs2-324" style="html=1;verticalAlign=bottom;labelBackgroundColor=none;endArrow=open;endFill=0;dashed=1;rounded=0;exitX=1;exitY=1;exitDx=0;exitDy=0;entryX=0;entryY=0.25;entryDx=0;entryDy=0;entryPerimeter=0;" target="ttJMnmOJ9A8DWHro3bs2-332" value="&amp;lt;&amp;lt;include&amp;gt;&amp;gt;">
          <mxGeometry relative="1" width="160" as="geometry">
            <mxPoint x="220" y="180" as="sourcePoint" />
            <mxPoint x="238" y="293" as="targetPoint" />
          </mxGeometry>
        </mxCell>
        <mxCell id="ttJMnmOJ9A8DWHro3bs2-354" edge="1" parent="ttJMnmOJ9A8DWHro3bs2-319" source="ttJMnmOJ9A8DWHro3bs2-334" style="html=1;verticalAlign=bottom;labelBackgroundColor=none;endArrow=open;endFill=0;dashed=1;rounded=0;exitX=0;exitY=1;exitDx=0;exitDy=0;entryX=1;entryY=0;entryDx=0;entryDy=0;" target="ttJMnmOJ9A8DWHro3bs2-329" value="&amp;lt;&amp;lt;extend&amp;gt;&amp;gt;">
          <mxGeometry relative="1" width="160" as="geometry">
            <mxPoint x="197" y="390" as="sourcePoint" />
            <mxPoint x="180" y="510" as="targetPoint" />
          </mxGeometry>
        </mxCell>
+         <mxCell id="ttJMnmOJ9A8DWHro3bs2-331" parent="ttJMnmOJ9A8DWHro3bs2-319" style="ellipse;whiteSpace=wrap;html=1;align=center;fontSize=8;" value="Memonitor kondisi aset" vertex="1">
+           <mxGeometry height="40" width="70" x="160" y="140" as="geometry" />
+         </mxCell>
+         <mxCell id="JGa3toTjyCk54IzFmMTe-4" edge="1" parent="1" source="ttJMnmOJ9A8DWHro3bs2-320" style="rounded=0;orthogonalLoop=1;jettySize=auto;html=1;exitX=0.5;exitY=0.5;exitDx=0;exitDy=0;exitPerimeter=0;entryX=0;entryY=0.5;entryDx=0;entryDy=0;endArrow=none;endFill=0;" target="ttJMnmOJ9A8DWHro3bs2-334">
+           <mxGeometry relative="1" as="geometry" />
+         </mxCell>
        <mxCell id="ttJMnmOJ9A8DWHro3bs2-320" parent="1" style="shape=umlActor;verticalLabelPosition=bottom;verticalAlign=top;html=1;outlineConnect=0;" value="Teknisi" vertex="1">
          <mxGeometry height="30" width="20" x="100" y="1640" as="geometry" />
        </mxCell>
        <mxCell id="ttJMnmOJ9A8DWHro3bs2-321" parent="1" style="shape=umlActor;verticalLabelPosition=bottom;verticalAlign=top;html=1;outlineConnect=0;" value="Manager" vertex="1">
          <mxGeometry height="30" width="20" x="700" y="1650" as="geometry" />
        </mxCell>
        <mxCell id="ttJMnmOJ9A8DWHro3bs2-330" parent="1" style="ellipse;whiteSpace=wrap;html=1;align=center;fontSize=8;" value="Menyetujui jadwal perawatan" vertex="1">
          <mxGeometry height="40" width="70" x="480" y="1490" as="geometry" />
-         </mxCell>
-         <mxCell id="ttJMnmOJ9A8DWHro3bs2-331" parent="1" style="ellipse;whiteSpace=wrap;html=1;align=center;fontSize=8;" value="Memonitor kondisi aset" vertex="1">
-           <mxGeometry height="40" width="70" x="470" y="1560" as="geometry" />
        </mxCell>
        <mxCell id="ttJMnmOJ9A8DWHro3bs2-351" edge="1" parent="1" source="ttJMnmOJ9A8DWHro3bs2-335" style="rounded=0;orthogonalLoop=1;jettySize=auto;html=1;exitX=1;exitY=0.5;exitDx=0;exitDy=0;endArrow=none;endFill=0;" target="ttJMnmOJ9A8DWHro3bs2-321">
          <mxGeometry relative="1" as="geometry" />
        </mxCell>
        <mxCell id="ttJMnmOJ9A8DWHro3bs2-336" edge="1" parent="1" source="ttJMnmOJ9A8DWHro3bs2-322" style="rounded=0;orthogonalLoop=1;jettySize=auto;html=1;exitX=0;exitY=0.5;exitDx=0;exitDy=0;entryX=0.75;entryY=0.1;entryDx=0;entryDy=0;entryPerimeter=0;endArrow=none;endFill=0;" target="ttJMnmOJ9A8DWHro3bs2-320">
          <mxGeometry relative="1" as="geometry" />
        </mxCell>
        <mxCell id="ttJMnmOJ9A8DWHro3bs2-337" edge="1" parent="1" source="ttJMnmOJ9A8DWHro3bs2-323" style="rounded=0;orthogonalLoop=1;jettySize=auto;html=1;exitX=0;exitY=0.5;exitDx=0;exitDy=0;entryX=0.75;entryY=0.1;entryDx=0;entryDy=0;entryPerimeter=0;endArrow=none;endFill=0;" target="ttJMnmOJ9A8DWHro3bs2-320">
          <mxGeometry relative="1" as="geometry" />
        </mxCell>
        <mxCell id="ttJMnmOJ9A8DWHro3bs2-338" edge="1" parent="1" source="ttJMnmOJ9A8DWHro3bs2-324" style="rounded=0;orthogonalLoop=1;jettySize=auto;html=1;exitX=0;exitY=0.5;exitDx=0;exitDy=0;entryX=0.75;entryY=0.1;entryDx=0;entryDy=0;entryPerimeter=0;endArrow=none;endFill=0;" target="ttJMnmOJ9A8DWHro3bs2-320">
          <mxGeometry relative="1" as="geometry" />
        </mxCell>
        <mxCell id="ttJMnmOJ9A8DWHro3bs2-339" edge="1" parent="1" source="ttJMnmOJ9A8DWHro3bs2-325" style="rounded=0;orthogonalLoop=1;jettySize=auto;html=1;exitX=0;exitY=0.5;exitDx=0;exitDy=0;entryX=1;entryY=0.3333333333333333;entryDx=0;entryDy=0;entryPerimeter=0;endArrow=none;endFill=0;" target="ttJMnmOJ9A8DWHro3bs2-320">
          <mxGeometry relative="1" as="geometry" />
        </mxCell>
        <mxCell id="ttJMnmOJ9A8DWHro3bs2-340" edge="1" parent="1" source="ttJMnmOJ9A8DWHro3bs2-326" style="rounded=0;orthogonalLoop=1;jettySize=auto;html=1;exitX=0;exitY=0.5;exitDx=0;exitDy=0;entryX=1;entryY=0.3333333333333333;entryDx=0;entryDy=0;entryPerimeter=0;endArrow=none;endFill=0;" target="ttJMnmOJ9A8DWHro3bs2-320">
          <mxGeometry relative="1" as="geometry" />
        </mxCell>
        <mxCell id="ttJMnmOJ9A8DWHro3bs2-341" edge="1" parent="1" source="ttJMnmOJ9A8DWHro3bs2-328" style="rounded=0;orthogonalLoop=1;jettySize=auto;html=1;exitX=0;exitY=0.5;exitDx=0;exitDy=0;entryX=1;entryY=1;entryDx=0;entryDy=0;entryPerimeter=0;endArrow=none;endFill=0;" target="ttJMnmOJ9A8DWHro3bs2-320">
          <mxGeometry relative="1" as="geometry" />
        </mxCell>
        <mxCell id="ttJMnmOJ9A8DWHro3bs2-342" edge="1" parent="1" source="ttJMnmOJ9A8DWHro3bs2-327" style="rounded=0;orthogonalLoop=1;jettySize=auto;html=1;exitX=0;exitY=0.5;exitDx=0;exitDy=0;entryX=1;entryY=1;entryDx=0;entryDy=0;entryPerimeter=0;endArrow=none;endFill=0;" target="ttJMnmOJ9A8DWHro3bs2-320">
          <mxGeometry relative="1" as="geometry" />
        </mxCell>
        <mxCell id="ttJMnmOJ9A8DWHro3bs2-345" edge="1" parent="1" source="ttJMnmOJ9A8DWHro3bs2-330" style="rounded=0;orthogonalLoop=1;jettySize=auto;html=1;exitX=1;exitY=0.5;exitDx=0;exitDy=0;entryX=0.5;entryY=0;entryDx=0;entryDy=0;entryPerimeter=0;endArrow=none;endFill=0;" target="ttJMnmOJ9A8DWHro3bs2-321">
          <mxGeometry relative="1" as="geometry" />
        </mxCell>
        <mxCell id="ttJMnmOJ9A8DWHro3bs2-346" edge="1" parent="1" source="ttJMnmOJ9A8DWHro3bs2-331" style="rounded=0;orthogonalLoop=1;jettySize=auto;html=1;exitX=1;exitY=0.5;exitDx=0;exitDy=0;entryX=0;entryY=0.3333333333333333;entryDx=0;entryDy=0;entryPerimeter=0;endArrow=none;endFill=0;" target="ttJMnmOJ9A8DWHro3bs2-321">
          <mxGeometry relative="1" as="geometry" />
        </mxCell>
        <mxCell id="ttJMnmOJ9A8DWHro3bs2-348" edge="1" parent="1" source="ttJMnmOJ9A8DWHro3bs2-332" style="rounded=0;orthogonalLoop=1;jettySize=auto;html=1;exitX=1;exitY=0.5;exitDx=0;exitDy=0;entryX=0;entryY=0.3333333333333333;entryDx=0;entryDy=0;entryPerimeter=0;endArrow=none;endFill=0;" target="ttJMnmOJ9A8DWHro3bs2-321">
          <mxGeometry relative="1" as="geometry" />
        </mxCell>
        <mxCell id="ttJMnmOJ9A8DWHro3bs2-349" edge="1" parent="1" source="ttJMnmOJ9A8DWHro3bs2-333" style="rounded=0;orthogonalLoop=1;jettySize=auto;html=1;exitX=1;exitY=0.5;exitDx=0;exitDy=0;entryX=0;entryY=1;entryDx=0;entryDy=0;entryPerimeter=0;endArrow=none;endFill=0;" target="ttJMnmOJ9A8DWHro3bs2-321">
          <mxGeometry relative="1" as="geometry" />
        </mxCell>
        <mxCell id="ttJMnmOJ9A8DWHro3bs2-350" edge="1" parent="1" source="ttJMnmOJ9A8DWHro3bs2-334" style="rounded=0;orthogonalLoop=1;jettySize=auto;html=1;exitX=1;exitY=0.5;exitDx=0;exitDy=0;endArrow=none;endFill=0;" target="ttJMnmOJ9A8DWHro3bs2-321">
          <mxGeometry relative="1" as="geometry" />
        </mxCell>
        <mxCell id="ttJMnmOJ9A8DWHro3bs2-343" edge="1" parent="1" source="ttJMnmOJ9A8DWHro3bs2-329" style="rounded=0;orthogonalLoop=1;jettySize=auto;html=1;exitX=0;exitY=0.5;exitDx=0;exitDy=0;endArrow=none;endFill=0;entryX=1;entryY=1;entryDx=0;entryDy=0;entryPerimeter=0;" target="ttJMnmOJ9A8DWHro3bs2-320">
          <mxGeometry relative="1" as="geometry">
            <mxPoint x="119.99999999999977" y="1680" as="targetPoint" />
          </mxGeometry>
        </mxCell>
        <mxCell id="ttJMnmOJ9A8DWHro3bs2-355" parent="1" style="swimlane;whiteSpace=wrap;html=1;startSize=23;" value="&lt;span style=&quot;font-family: &amp;quot;Anthropic Sans&amp;quot;, -apple-system, BlinkMacSystemFont, &amp;quot;Segoe UI&amp;quot;, sans-serif; font-size: 14px; font-weight: 500; text-align: start; white-space: nowrap;&quot;&gt;Pelaporan dan Audit&lt;/span&gt;" vertex="1">
          <mxGeometry height="510" width="370" x="220" y="2080" as="geometry" />
        </mxCell>
        <mxCell id="ttJMnmOJ9A8DWHro3bs2-360" parent="ttJMnmOJ9A8DWHro3bs2-355" style="ellipse;whiteSpace=wrap;html=1;align=center;fontSize=8;" value="Mencetak laporan" vertex="1">
          <mxGeometry height="40" width="70" x="30" y="180" as="geometry" />
        </mxCell>
        <mxCell id="ttJMnmOJ9A8DWHro3bs2-361" parent="ttJMnmOJ9A8DWHro3bs2-355" style="ellipse;whiteSpace=wrap;html=1;align=center;fontSize=8;" value="Ekspor laporan ke PDF" vertex="1">
-           <mxGeometry height="40" width="70" x="70" y="230" as="geometry" />
+           <mxGeometry height="40" width="70" x="70" y="240" as="geometry" />
        </mxCell>
        <mxCell id="ttJMnmOJ9A8DWHro3bs2-362" parent="ttJMnmOJ9A8DWHro3bs2-355" style="ellipse;whiteSpace=wrap;html=1;align=center;fontSize=8;" value="Melihat dashboard ringkasan" vertex="1">
-           <mxGeometry height="40" width="70" x="20" y="280" as="geometry" />
+           <mxGeometry height="40" width="70" x="159" y="330" as="geometry" />
        </mxCell>
        <mxCell id="ttJMnmOJ9A8DWHro3bs2-371" parent="ttJMnmOJ9A8DWHro3bs2-355" style="ellipse;whiteSpace=wrap;html=1;align=center;fontSize=8;" value="Melihat log aktivitas sistem" vertex="1">
          <mxGeometry height="40" width="70" x="250" y="430" as="geometry" />
        </mxCell>
        <mxCell id="ttJMnmOJ9A8DWHro3bs2-363" parent="ttJMnmOJ9A8DWHro3bs2-355" style="ellipse;whiteSpace=wrap;html=1;align=center;fontSize=8;" value="Menjadwalkan laporan otomatis" vertex="1">
-           <mxGeometry height="40" width="70" x="124" y="270" as="geometry" />
+           <mxGeometry height="40" width="70" x="124" y="290" as="geometry" />
        </mxCell>
        <mxCell id="ttJMnmOJ9A8DWHro3bs2-369" parent="ttJMnmOJ9A8DWHro3bs2-355" style="ellipse;whiteSpace=wrap;html=1;align=center;fontSize=8;" value="Verifikasi kesesuaian data aset" vertex="1">
          <mxGeometry height="40" width="70" x="159" y="215" as="geometry" />
        </mxCell>
        <mxCell id="ttJMnmOJ9A8DWHro3bs2-367" parent="ttJMnmOJ9A8DWHro3bs2-355" style="ellipse;whiteSpace=wrap;html=1;align=center;fontSize=8;" value="Mencatat hasil audit" vertex="1">
          <mxGeometry height="40" width="70" x="159" y="70" as="geometry" />
        </mxCell>
+         <mxCell id="JGa3toTjyCk54IzFmMTe-7" edge="1" parent="1" source="ttJMnmOJ9A8DWHro3bs2-356" style="rounded=0;orthogonalLoop=1;jettySize=auto;html=1;exitX=1;exitY=0.3333333333333333;exitDx=0;exitDy=0;exitPerimeter=0;entryX=0;entryY=0.5;entryDx=0;entryDy=0;endArrow=none;endFill=0;" target="ttJMnmOJ9A8DWHro3bs2-369">
+           <mxGeometry relative="1" as="geometry" />
+         </mxCell>
        <mxCell id="ttJMnmOJ9A8DWHro3bs2-356" parent="1" style="shape=umlActor;verticalLabelPosition=bottom;verticalAlign=top;html=1;outlineConnect=0;" value="Admin" vertex="1">
          <mxGeometry height="30" width="20" x="90" y="2280" as="geometry" />
        </mxCell>
+         <mxCell id="JGa3toTjyCk54IzFmMTe-6" edge="1" parent="1" source="ttJMnmOJ9A8DWHro3bs2-357" style="rounded=0;orthogonalLoop=1;jettySize=auto;html=1;exitX=0.5;exitY=0.5;exitDx=0;exitDy=0;exitPerimeter=0;entryX=1;entryY=0.5;entryDx=0;entryDy=0;endArrow=none;endFill=0;" target="ttJMnmOJ9A8DWHro3bs2-362">
+           <mxGeometry relative="1" as="geometry" />
+         </mxCell>
        <mxCell id="ttJMnmOJ9A8DWHro3bs2-357" parent="1" style="shape=umlActor;verticalLabelPosition=bottom;verticalAlign=top;html=1;outlineConnect=0;" value="Auditor" vertex="1">
          <mxGeometry height="30" width="20" x="680" y="2300" as="geometry" />
        </mxCell>
        <mxCell id="ttJMnmOJ9A8DWHro3bs2-358" parent="1" style="ellipse;whiteSpace=wrap;html=1;align=center;fontSize=8;" value="Membuat laporan aset" vertex="1">
          <mxGeometry height="40" width="70" x="280" y="2140" as="geometry" />
        </mxCell>
        <mxCell id="ttJMnmOJ9A8DWHro3bs2-359" parent="1" style="ellipse;whiteSpace=wrap;html=1;align=center;fontSize=8;" value="Membuat laporan depresiasi" vertex="1">
          <mxGeometry height="40" width="70" x="270" y="2200" as="geometry" />
        </mxCell>
        <mxCell id="ttJMnmOJ9A8DWHro3bs2-364" parent="1" style="ellipse;whiteSpace=wrap;html=1;align=center;fontSize=8;" value="Memfilter laporan berdasar periode" vertex="1">
          <mxGeometry height="40" width="70" x="260" y="2430" as="geometry" />
        </mxCell>
        <mxCell id="ttJMnmOJ9A8DWHro3bs2-365" parent="1" style="ellipse;whiteSpace=wrap;html=1;align=center;fontSize=8;" value="Membandingkan data periodik" vertex="1">
          <mxGeometry height="40" width="70" x="250" y="2500" as="geometry" />
        </mxCell>
        <mxCell id="ttJMnmOJ9A8DWHro3bs2-366" parent="1" style="ellipse;whiteSpace=wrap;html=1;align=center;fontSize=8;" value="Melakukan audit fisik aset" vertex="1">
          <mxGeometry height="40" width="70" x="480" y="2120" as="geometry" />
        </mxCell>
        <mxCell id="ttJMnmOJ9A8DWHro3bs2-368" parent="1" style="ellipse;whiteSpace=wrap;html=1;align=center;fontSize=8;" value="Membuat berita acara audit" vertex="1">
          <mxGeometry height="40" width="70" x="460" y="2270" as="geometry" />
        </mxCell>
        <mxCell id="ttJMnmOJ9A8DWHro3bs2-370" parent="1" style="ellipse;whiteSpace=wrap;html=1;align=center;fontSize=8;" value="Menandai aset selisih" vertex="1">
          <mxGeometry height="40" width="70" x="460" y="2430" as="geometry" />
        </mxCell>
        <mxCell id="ttJMnmOJ9A8DWHro3bs2-372" edge="1" parent="1" source="ttJMnmOJ9A8DWHro3bs2-358" style="rounded=0;orthogonalLoop=1;jettySize=auto;html=1;exitX=0;exitY=0.5;exitDx=0;exitDy=0;entryX=0.75;entryY=0.1;entryDx=0;entryDy=0;entryPerimeter=0;endArrow=none;endFill=0;" target="ttJMnmOJ9A8DWHro3bs2-356">
          <mxGeometry relative="1" as="geometry" />
        </mxCell>
        <mxCell id="ttJMnmOJ9A8DWHro3bs2-373" edge="1" parent="1" source="ttJMnmOJ9A8DWHro3bs2-359" style="rounded=0;orthogonalLoop=1;jettySize=auto;html=1;exitX=0;exitY=0.5;exitDx=0;exitDy=0;entryX=0.75;entryY=0.1;entryDx=0;entryDy=0;entryPerimeter=0;endArrow=none;endFill=0;" target="ttJMnmOJ9A8DWHro3bs2-356">
          <mxGeometry relative="1" as="geometry" />
        </mxCell>
        <mxCell id="ttJMnmOJ9A8DWHro3bs2-374" edge="1" parent="1" source="ttJMnmOJ9A8DWHro3bs2-360" style="rounded=0;orthogonalLoop=1;jettySize=auto;html=1;exitX=0;exitY=0.5;exitDx=0;exitDy=0;entryX=0.75;entryY=0.1;entryDx=0;entryDy=0;entryPerimeter=0;endArrow=none;endFill=0;" target="ttJMnmOJ9A8DWHro3bs2-356">
          <mxGeometry relative="1" as="geometry" />
        </mxCell>
        <mxCell id="ttJMnmOJ9A8DWHro3bs2-375" edge="1" parent="1" source="ttJMnmOJ9A8DWHro3bs2-361" style="rounded=0;orthogonalLoop=1;jettySize=auto;html=1;exitX=0;exitY=0.5;exitDx=0;exitDy=0;entryX=1;entryY=0.3333333333333333;entryDx=0;entryDy=0;entryPerimeter=0;endArrow=none;endFill=0;" target="ttJMnmOJ9A8DWHro3bs2-356">
          <mxGeometry relative="1" as="geometry" />
        </mxCell>
        <mxCell id="ttJMnmOJ9A8DWHro3bs2-376" edge="1" parent="1" source="ttJMnmOJ9A8DWHro3bs2-362" style="rounded=0;orthogonalLoop=1;jettySize=auto;html=1;exitX=0;exitY=0.5;exitDx=0;exitDy=0;entryX=1;entryY=0.3333333333333333;entryDx=0;entryDy=0;entryPerimeter=0;endArrow=none;endFill=0;" target="ttJMnmOJ9A8DWHro3bs2-356">
          <mxGeometry relative="1" as="geometry" />
        </mxCell>
        <mxCell id="ttJMnmOJ9A8DWHro3bs2-377" edge="1" parent="1" source="ttJMnmOJ9A8DWHro3bs2-364" style="rounded=0;orthogonalLoop=1;jettySize=auto;html=1;exitX=0;exitY=0.5;exitDx=0;exitDy=0;entryX=1;entryY=1;entryDx=0;entryDy=0;entryPerimeter=0;endArrow=none;endFill=0;" target="ttJMnmOJ9A8DWHro3bs2-356">
          <mxGeometry relative="1" as="geometry" />
        </mxCell>
        <mxCell id="ttJMnmOJ9A8DWHro3bs2-378" edge="1" parent="1" source="ttJMnmOJ9A8DWHro3bs2-365" style="rounded=0;orthogonalLoop=1;jettySize=auto;html=1;exitX=0;exitY=0.5;exitDx=0;exitDy=0;entryX=1;entryY=1;entryDx=0;entryDy=0;entryPerimeter=0;endArrow=none;endFill=0;" target="ttJMnmOJ9A8DWHro3bs2-356">
          <mxGeometry relative="1" as="geometry" />
        </mxCell>
        <mxCell id="ttJMnmOJ9A8DWHro3bs2-379" edge="1" parent="1" source="ttJMnmOJ9A8DWHro3bs2-366" style="rounded=0;orthogonalLoop=1;jettySize=auto;html=1;exitX=1;exitY=0.5;exitDx=0;exitDy=0;entryX=0.5;entryY=0;entryDx=0;entryDy=0;entryPerimeter=0;endArrow=none;endFill=0;" target="ttJMnmOJ9A8DWHro3bs2-357">
          <mxGeometry relative="1" as="geometry" />
        </mxCell>
        <mxCell id="ttJMnmOJ9A8DWHro3bs2-382" edge="1" parent="1" source="ttJMnmOJ9A8DWHro3bs2-367" style="rounded=0;orthogonalLoop=1;jettySize=auto;html=1;exitX=1;exitY=0.5;exitDx=0;exitDy=0;entryX=0;entryY=0.3333333333333333;entryDx=0;entryDy=0;entryPerimeter=0;endArrow=none;endFill=0;" target="ttJMnmOJ9A8DWHro3bs2-357">
          <mxGeometry relative="1" as="geometry" />
        </mxCell>
        <mxCell id="ttJMnmOJ9A8DWHro3bs2-383" edge="1" parent="1" source="ttJMnmOJ9A8DWHro3bs2-368" style="rounded=0;orthogonalLoop=1;jettySize=auto;html=1;exitX=1;exitY=0.5;exitDx=0;exitDy=0;entryX=0;entryY=0.3333333333333333;entryDx=0;entryDy=0;entryPerimeter=0;endArrow=none;endFill=0;" target="ttJMnmOJ9A8DWHro3bs2-357">
          <mxGeometry relative="1" as="geometry" />
        </mxCell>
        <mxCell id="ttJMnmOJ9A8DWHro3bs2-384" edge="1" parent="1" source="ttJMnmOJ9A8DWHro3bs2-369" style="rounded=0;orthogonalLoop=1;jettySize=auto;html=1;exitX=1;exitY=0.5;exitDx=0;exitDy=0;entryX=0;entryY=1;entryDx=0;entryDy=0;entryPerimeter=0;endArrow=none;endFill=0;" target="ttJMnmOJ9A8DWHro3bs2-357">
          <mxGeometry relative="1" as="geometry" />
        </mxCell>
        <mxCell id="ttJMnmOJ9A8DWHro3bs2-385" edge="1" parent="1" source="ttJMnmOJ9A8DWHro3bs2-370" style="rounded=0;orthogonalLoop=1;jettySize=auto;html=1;exitX=1;exitY=0.5;exitDx=0;exitDy=0;entryX=0;entryY=1;entryDx=0;entryDy=0;entryPerimeter=0;endArrow=none;endFill=0;" target="ttJMnmOJ9A8DWHro3bs2-357">
          <mxGeometry relative="1" as="geometry" />
        </mxCell>
        <mxCell id="ttJMnmOJ9A8DWHro3bs2-386" edge="1" parent="1" source="ttJMnmOJ9A8DWHro3bs2-371" style="rounded=0;orthogonalLoop=1;jettySize=auto;html=1;exitX=1;exitY=0.5;exitDx=0;exitDy=0;entryX=0;entryY=1;entryDx=0;entryDy=0;entryPerimeter=0;endArrow=none;endFill=0;" target="ttJMnmOJ9A8DWHro3bs2-357">
          <mxGeometry relative="1" as="geometry" />
        </mxCell>
        <mxCell id="ttJMnmOJ9A8DWHro3bs2-388" edge="1" parent="1" source="ttJMnmOJ9A8DWHro3bs2-363" style="rounded=0;orthogonalLoop=1;jettySize=auto;html=1;exitX=0;exitY=0.5;exitDx=0;exitDy=0;entryX=1;entryY=0.3333333333333333;entryDx=0;entryDy=0;entryPerimeter=0;endArrow=none;endFill=0;" target="ttJMnmOJ9A8DWHro3bs2-356">
          <mxGeometry relative="1" as="geometry" />
        </mxCell>
        <mxCell id="ttJMnmOJ9A8DWHro3bs2-389" edge="1" parent="1" source="ttJMnmOJ9A8DWHro3bs2-366" style="html=1;verticalAlign=bottom;labelBackgroundColor=none;endArrow=open;endFill=0;dashed=1;rounded=0;exitX=0.5;exitY=1;exitDx=0;exitDy=0;entryX=0.5;entryY=0;entryDx=0;entryDy=0;" target="ttJMnmOJ9A8DWHro3bs2-369" value="&amp;lt;&amp;lt;include&amp;gt;&amp;gt;">
          <mxGeometry relative="1" width="160" as="geometry">
            <mxPoint x="540" y="2180" as="sourcePoint" />
            <mxPoint x="620" y="2206" as="targetPoint" />
          </mxGeometry>
        </mxCell>
        <mxCell id="ttJMnmOJ9A8DWHro3bs2-390" edge="1" parent="1" source="ttJMnmOJ9A8DWHro3bs2-370" style="html=1;verticalAlign=bottom;labelBackgroundColor=none;endArrow=open;endFill=0;dashed=1;rounded=0;exitX=0.5;exitY=0;exitDx=0;exitDy=0;entryX=1;entryY=1;entryDx=0;entryDy=0;" target="ttJMnmOJ9A8DWHro3bs2-368" value="&amp;lt;&amp;lt;extend&amp;gt;&amp;gt;">
          <mxGeometry relative="1" width="160" as="geometry">
            <mxPoint x="500" y="2430" as="sourcePoint" />
            <mxPoint x="440" y="2562" as="targetPoint" />
          </mxGeometry>
        </mxCell>
        <mxCell id="ttJMnmOJ9A8DWHro3bs2-391" parent="1" style="swimlane;whiteSpace=wrap;html=1;startSize=23;" value="&lt;span style=&quot;font-family: &amp;quot;Anthropic Sans&amp;quot;, -apple-system, BlinkMacSystemFont, &amp;quot;Segoe UI&amp;quot;, sans-serif; font-size: 14px; font-weight: 500; text-align: start; white-space: nowrap;&quot;&gt;Keamanan dan Pengaturan Sistem&lt;/span&gt;" vertex="1">
          <mxGeometry height="510" width="370" x="220" y="2730" as="geometry" />
        </mxCell>
        <mxCell id="ttJMnmOJ9A8DWHro3bs2-396" parent="ttJMnmOJ9A8DWHro3bs2-391" style="ellipse;whiteSpace=wrap;html=1;align=center;fontSize=8;" value="Restore data dari backup" vertex="1">
          <mxGeometry height="40" width="70" x="50" y="280" as="geometry" />
        </mxCell>
        <mxCell id="ttJMnmOJ9A8DWHro3bs2-397" parent="ttJMnmOJ9A8DWHro3bs2-391" style="ellipse;whiteSpace=wrap;html=1;align=center;fontSize=8;" value="Mengatur kebijakan password" vertex="1">
          <mxGeometry height="40" width="70" x="110" y="320" as="geometry" />
        </mxCell>
        <mxCell id="ttJMnmOJ9A8DWHro3bs2-392" parent="ttJMnmOJ9A8DWHro3bs2-391" style="ellipse;whiteSpace=wrap;html=1;align=center;fontSize=8;" value="Mengelola akun pengguna" vertex="1">
          <mxGeometry height="40" width="70" x="70" y="40" as="geometry" />
        </mxCell>
        <mxCell id="ttJMnmOJ9A8DWHro3bs2-393" parent="ttJMnmOJ9A8DWHro3bs2-391" style="ellipse;whiteSpace=wrap;html=1;align=center;fontSize=8;" value="Menetapkan hak akses (RBAC)" vertex="1">
          <mxGeometry height="40" width="70" x="50" y="90" as="geometry" />
        </mxCell>
        <mxCell id="ttJMnmOJ9A8DWHro3bs2-407" parent="ttJMnmOJ9A8DWHro3bs2-391" style="ellipse;whiteSpace=wrap;html=1;align=center;fontSize=8;" value="Reset password via email" vertex="1">
          <mxGeometry height="40" width="70" x="210" y="200" as="geometry" />
        </mxCell>
        <mxCell id="ttJMnmOJ9A8DWHro3bs2-410" parent="ttJMnmOJ9A8DWHro3bs2-391" style="ellipse;whiteSpace=wrap;html=1;align=center;fontSize=8;" value="Menerima notifikasi sistem" vertex="1">
          <mxGeometry height="40" width="70" x="210" y="410" as="geometry" />
        </mxCell>
        <mxCell id="ttJMnmOJ9A8DWHro3bs2-408" parent="ttJMnmOJ9A8DWHro3bs2-391" style="ellipse;whiteSpace=wrap;html=1;align=center;fontSize=8;" value="Mengaktifkan autentikasi 2FA" vertex="1">
          <mxGeometry height="40" width="70" x="194" y="250" as="geometry" />
        </mxCell>
        <mxCell id="ttJMnmOJ9A8DWHro3bs2-409" parent="ttJMnmOJ9A8DWHro3bs2-391" style="ellipse;whiteSpace=wrap;html=1;align=center;fontSize=8;" value="Memperbarui profil pengguna" vertex="1">
          <mxGeometry height="40" width="70" x="210" y="320" as="geometry" />
        </mxCell>
        <mxCell id="ttJMnmOJ9A8DWHro3bs2-398" parent="ttJMnmOJ9A8DWHro3bs2-391" style="ellipse;whiteSpace=wrap;html=1;align=center;fontSize=8;" value="Melakukan backup data" vertex="1">
          <mxGeometry height="40" width="70" x="110" y="250" as="geometry" />
        </mxCell>
        <mxCell id="ttJMnmOJ9A8DWHro3bs2-405" parent="ttJMnmOJ9A8DWHro3bs2-391" style="ellipse;whiteSpace=wrap;html=1;align=center;fontSize=8;" value="Logout dari sistem" vertex="1">
          <mxGeometry height="40" width="70" x="190" y="50" as="geometry" />
        </mxCell>
        <mxCell id="ttJMnmOJ9A8DWHro3bs2-406" parent="ttJMnmOJ9A8DWHro3bs2-391" style="ellipse;whiteSpace=wrap;html=1;align=center;fontSize=8;" value="Mengubah password" vertex="1">
-           <mxGeometry height="40" width="70" x="194" y="100" as="geometry" />
+           <mxGeometry height="40" width="70" x="159" y="140" as="geometry" />
        </mxCell>
        <mxCell id="ttJMnmOJ9A8DWHro3bs2-434" edge="1" parent="ttJMnmOJ9A8DWHro3bs2-391" source="ttJMnmOJ9A8DWHro3bs2-406" style="html=1;verticalAlign=bottom;labelBackgroundColor=none;endArrow=open;endFill=0;dashed=1;rounded=0;exitX=0;exitY=0.5;exitDx=0;exitDy=0;entryX=1;entryY=0;entryDx=0;entryDy=0;" target="ttJMnmOJ9A8DWHro3bs2-397" value="&amp;lt;&amp;lt;include&amp;gt;&amp;gt;">
          <mxGeometry relative="1" width="160" as="geometry">
            <mxPoint x="501" y="90" as="sourcePoint" />
            <mxPoint x="400" y="225" as="targetPoint" />
          </mxGeometry>
        </mxCell>
-         <mxCell id="ttJMnmOJ9A8DWHro3bs2-394" parent="1" style="ellipse;whiteSpace=wrap;html=1;align=center;fontSize=8;" value="Menonaktifkan akun" vertex="1">
-           <mxGeometry height="40" width="70" x="280" y="2880" as="geometry" />
+         <mxCell id="ttJMnmOJ9A8DWHro3bs2-394" parent="ttJMnmOJ9A8DWHro3bs2-391" style="ellipse;whiteSpace=wrap;html=1;align=center;fontSize=8;" value="Menonaktifkan akun" vertex="1">
+           <mxGeometry height="40" width="70" x="124" y="90" as="geometry" />
        </mxCell>
        <mxCell id="ttJMnmOJ9A8DWHro3bs2-395" parent="1" style="ellipse;whiteSpace=wrap;html=1;align=center;fontSize=8;" value="Melihat log aktivitas pengguna" vertex="1">
          <mxGeometry height="40" width="70" x="280" y="2940" as="geometry" />
        </mxCell>
        <mxCell id="ttJMnmOJ9A8DWHro3bs2-399" parent="1" style="ellipse;whiteSpace=wrap;html=1;align=center;fontSize=8;" value="Mengonfigurasi notifikasi sistem" vertex="1">
          <mxGeometry height="40" width="70" x="310" y="3110" as="geometry" />
        </mxCell>
        <mxCell id="ttJMnmOJ9A8DWHro3bs2-400" parent="1" style="ellipse;whiteSpace=wrap;html=1;align=center;fontSize=8;" value="Mengelola master data" vertex="1">
          <mxGeometry height="40" width="70" x="260" y="3170" as="geometry" />
        </mxCell>
+         <mxCell id="JGa3toTjyCk54IzFmMTe-8" edge="1" parent="1" source="ttJMnmOJ9A8DWHro3bs2-402" style="rounded=0;orthogonalLoop=1;jettySize=auto;html=1;exitX=1;exitY=0.3333333333333333;exitDx=0;exitDy=0;exitPerimeter=0;entryX=0;entryY=0.5;entryDx=0;entryDy=0;endArrow=none;endFill=0;" target="ttJMnmOJ9A8DWHro3bs2-406">
+           <mxGeometry relative="1" as="geometry" />
+         </mxCell>
        <mxCell id="ttJMnmOJ9A8DWHro3bs2-402" parent="1" style="shape=umlActor;verticalLabelPosition=bottom;verticalAlign=top;html=1;outlineConnect=0;" value="Admin" vertex="1">
          <mxGeometry height="30" width="20" x="70" y="2970" as="geometry" />
        </mxCell>
        <mxCell id="ttJMnmOJ9A8DWHro3bs2-403" parent="1" style="shape=umlActor;verticalLabelPosition=bottom;verticalAlign=top;html=1;outlineConnect=0;" value="Pengguna" vertex="1">
          <mxGeometry height="30" width="20" x="700" y="2980" as="geometry" />
        </mxCell>
        <mxCell id="ttJMnmOJ9A8DWHro3bs2-404" parent="1" style="ellipse;whiteSpace=wrap;html=1;align=center;fontSize=8;" value="Login ke sistem" vertex="1">
          <mxGeometry height="40" width="70" x="490" y="2770" as="geometry" />
        </mxCell>
        <mxCell id="ttJMnmOJ9A8DWHro3bs2-411" edge="1" parent="1" source="ttJMnmOJ9A8DWHro3bs2-404" style="rounded=0;orthogonalLoop=1;jettySize=auto;html=1;exitX=1;exitY=0.5;exitDx=0;exitDy=0;entryX=0.25;entryY=0.1;entryDx=0;entryDy=0;entryPerimeter=0;endArrow=none;endFill=0;" target="ttJMnmOJ9A8DWHro3bs2-403">
          <mxGeometry relative="1" as="geometry" />
        </mxCell>
        <mxCell id="ttJMnmOJ9A8DWHro3bs2-412" edge="1" parent="1" source="ttJMnmOJ9A8DWHro3bs2-405" style="rounded=0;orthogonalLoop=1;jettySize=auto;html=1;exitX=1;exitY=0.5;exitDx=0;exitDy=0;entryX=0.25;entryY=0.1;entryDx=0;entryDy=0;entryPerimeter=0;endArrow=none;endFill=0;" target="ttJMnmOJ9A8DWHro3bs2-403">
          <mxGeometry relative="1" as="geometry" />
        </mxCell>
        <mxCell id="ttJMnmOJ9A8DWHro3bs2-413" edge="1" parent="1" source="ttJMnmOJ9A8DWHro3bs2-406" style="rounded=0;orthogonalLoop=1;jettySize=auto;html=1;exitX=1;exitY=0.5;exitDx=0;exitDy=0;entryX=0;entryY=0.3333333333333333;entryDx=0;entryDy=0;entryPerimeter=0;endArrow=none;endFill=0;" target="ttJMnmOJ9A8DWHro3bs2-403">
          <mxGeometry relative="1" as="geometry" />
        </mxCell>
        <mxCell id="ttJMnmOJ9A8DWHro3bs2-414" edge="1" parent="1" source="ttJMnmOJ9A8DWHro3bs2-407" style="rounded=0;orthogonalLoop=1;jettySize=auto;html=1;exitX=1;exitY=0.5;exitDx=0;exitDy=0;entryX=0;entryY=0.3333333333333333;entryDx=0;entryDy=0;entryPerimeter=0;endArrow=none;endFill=0;" target="ttJMnmOJ9A8DWHro3bs2-403">
          <mxGeometry relative="1" as="geometry" />
        </mxCell>
        <mxCell id="ttJMnmOJ9A8DWHro3bs2-415" edge="1" parent="1" source="ttJMnmOJ9A8DWHro3bs2-408" style="rounded=0;orthogonalLoop=1;jettySize=auto;html=1;exitX=1;exitY=0.5;exitDx=0;exitDy=0;entryX=0;entryY=1;entryDx=0;entryDy=0;entryPerimeter=0;endArrow=none;endFill=0;" target="ttJMnmOJ9A8DWHro3bs2-403">
          <mxGeometry relative="1" as="geometry" />
        </mxCell>
        <mxCell id="ttJMnmOJ9A8DWHro3bs2-416" edge="1" parent="1" source="ttJMnmOJ9A8DWHro3bs2-409" style="rounded=0;orthogonalLoop=1;jettySize=auto;html=1;exitX=1;exitY=0.5;exitDx=0;exitDy=0;entryX=0;entryY=1;entryDx=0;entryDy=0;entryPerimeter=0;endArrow=none;endFill=0;" target="ttJMnmOJ9A8DWHro3bs2-403">
          <mxGeometry relative="1" as="geometry" />
        </mxCell>
        <mxCell id="ttJMnmOJ9A8DWHro3bs2-417" edge="1" parent="1" source="ttJMnmOJ9A8DWHro3bs2-410" style="rounded=0;orthogonalLoop=1;jettySize=auto;html=1;exitX=1;exitY=0.5;exitDx=0;exitDy=0;entryX=0;entryY=1;entryDx=0;entryDy=0;entryPerimeter=0;endArrow=none;endFill=0;" target="ttJMnmOJ9A8DWHro3bs2-403">
          <mxGeometry relative="1" as="geometry" />
        </mxCell>
        <mxCell id="ttJMnmOJ9A8DWHro3bs2-419" edge="1" parent="1" source="ttJMnmOJ9A8DWHro3bs2-392" style="rounded=0;orthogonalLoop=1;jettySize=auto;html=1;exitX=0;exitY=0.5;exitDx=0;exitDy=0;entryX=0.75;entryY=0.1;entryDx=0;entryDy=0;entryPerimeter=0;endArrow=none;endFill=0;" target="ttJMnmOJ9A8DWHro3bs2-402">
          <mxGeometry relative="1" as="geometry" />
        </mxCell>
        <mxCell id="ttJMnmOJ9A8DWHro3bs2-420" edge="1" parent="1" source="ttJMnmOJ9A8DWHro3bs2-393" style="rounded=0;orthogonalLoop=1;jettySize=auto;html=1;exitX=0;exitY=0.5;exitDx=0;exitDy=0;entryX=0.75;entryY=0.1;entryDx=0;entryDy=0;entryPerimeter=0;endArrow=none;endFill=0;" target="ttJMnmOJ9A8DWHro3bs2-402">
          <mxGeometry relative="1" as="geometry" />
        </mxCell>
        <mxCell id="ttJMnmOJ9A8DWHro3bs2-422" edge="1" parent="1" source="ttJMnmOJ9A8DWHro3bs2-394" style="rounded=0;orthogonalLoop=1;jettySize=auto;html=1;exitX=0;exitY=0.5;exitDx=0;exitDy=0;entryX=0.75;entryY=0.1;entryDx=0;entryDy=0;entryPerimeter=0;endArrow=none;endFill=0;" target="ttJMnmOJ9A8DWHro3bs2-402">
          <mxGeometry relative="1" as="geometry" />
        </mxCell>
        <mxCell id="ttJMnmOJ9A8DWHro3bs2-423" edge="1" parent="1" source="ttJMnmOJ9A8DWHro3bs2-395" style="rounded=0;orthogonalLoop=1;jettySize=auto;html=1;exitX=0;exitY=0.5;exitDx=0;exitDy=0;entryX=1;entryY=0.3333333333333333;entryDx=0;entryDy=0;entryPerimeter=0;endArrow=none;endFill=0;" target="ttJMnmOJ9A8DWHro3bs2-402">
          <mxGeometry relative="1" as="geometry" />
        </mxCell>
        <mxCell id="ttJMnmOJ9A8DWHro3bs2-424" edge="1" parent="1" source="ttJMnmOJ9A8DWHro3bs2-396" style="rounded=0;orthogonalLoop=1;jettySize=auto;html=1;exitX=0;exitY=0.5;exitDx=0;exitDy=0;entryX=1;entryY=0.3333333333333333;entryDx=0;entryDy=0;entryPerimeter=0;endArrow=none;endFill=0;" target="ttJMnmOJ9A8DWHro3bs2-402">
          <mxGeometry relative="1" as="geometry" />
        </mxCell>
        <mxCell id="ttJMnmOJ9A8DWHro3bs2-425" edge="1" parent="1" source="ttJMnmOJ9A8DWHro3bs2-397" style="rounded=0;orthogonalLoop=1;jettySize=auto;html=1;exitX=0;exitY=0.5;exitDx=0;exitDy=0;entryX=1;entryY=0.3333333333333333;entryDx=0;entryDy=0;entryPerimeter=0;endArrow=none;endFill=0;" target="ttJMnmOJ9A8DWHro3bs2-402">
          <mxGeometry relative="1" as="geometry" />
        </mxCell>
        <mxCell id="ttJMnmOJ9A8DWHro3bs2-426" edge="1" parent="1" source="ttJMnmOJ9A8DWHro3bs2-398" style="rounded=0;orthogonalLoop=1;jettySize=auto;html=1;exitX=0;exitY=0.5;exitDx=0;exitDy=0;entryX=1;entryY=0.3333333333333333;entryDx=0;entryDy=0;entryPerimeter=0;endArrow=none;endFill=0;" target="ttJMnmOJ9A8DWHro3bs2-402">
          <mxGeometry relative="1" as="geometry" />
        </mxCell>
        <mxCell id="ttJMnmOJ9A8DWHro3bs2-429" edge="1" parent="1" source="ttJMnmOJ9A8DWHro3bs2-399" style="rounded=0;orthogonalLoop=1;jettySize=auto;html=1;exitX=0;exitY=0.5;exitDx=0;exitDy=0;entryX=1;entryY=1;entryDx=0;entryDy=0;entryPerimeter=0;endArrow=none;endFill=0;" target="ttJMnmOJ9A8DWHro3bs2-402">
          <mxGeometry relative="1" as="geometry" />
        </mxCell>
        <mxCell id="ttJMnmOJ9A8DWHro3bs2-430" edge="1" parent="1" source="ttJMnmOJ9A8DWHro3bs2-400" style="rounded=0;orthogonalLoop=1;jettySize=auto;html=1;exitX=0;exitY=0.5;exitDx=0;exitDy=0;entryX=1;entryY=1;entryDx=0;entryDy=0;entryPerimeter=0;endArrow=none;endFill=0;" target="ttJMnmOJ9A8DWHro3bs2-402">
          <mxGeometry relative="1" as="geometry" />
        </mxCell>
        <mxCell id="ttJMnmOJ9A8DWHro3bs2-433" edge="1" parent="1" source="ttJMnmOJ9A8DWHro3bs2-404" style="html=1;verticalAlign=bottom;labelBackgroundColor=none;endArrow=open;endFill=0;dashed=1;rounded=0;exitX=0.5;exitY=1;exitDx=0;exitDy=0;entryX=0.5;entryY=0;entryDx=0;entryDy=0;" target="ttJMnmOJ9A8DWHro3bs2-408" value="&amp;lt;&amp;lt;extend&amp;gt;&amp;gt;">
          <mxGeometry relative="1" width="160" as="geometry">
            <mxPoint x="650" y="2976" as="sourcePoint" />
            <mxPoint x="675" y="2850" as="targetPoint" />
          </mxGeometry>
        </mxCell>
        <mxCell id="JGa3toTjyCk54IzFmMTe-1" edge="1" parent="1" source="ttJMnmOJ9A8DWHro3bs2-257" style="rounded=0;orthogonalLoop=1;jettySize=auto;html=1;exitX=1;exitY=0.5;exitDx=0;exitDy=0;endArrow=none;endFill=0;" target="ttJMnmOJ9A8DWHro3bs2-251">
+           <mxGeometry relative="1" as="geometry" />
+         </mxCell>
+         <mxCell id="JGa3toTjyCk54IzFmMTe-2" edge="1" parent="1" source="ttJMnmOJ9A8DWHro3bs2-259" style="rounded=0;orthogonalLoop=1;jettySize=auto;html=1;exitX=1;exitY=0;exitDx=0;exitDy=0;endArrow=none;endFill=0;" target="ttJMnmOJ9A8DWHro3bs2-251">
+           <mxGeometry relative="1" as="geometry" />
+         </mxCell>
+         <mxCell id="JGa3toTjyCk54IzFmMTe-5" edge="1" parent="1" source="ttJMnmOJ9A8DWHro3bs2-320" style="rounded=0;orthogonalLoop=1;jettySize=auto;html=1;exitX=0.75;exitY=0.1;exitDx=0;exitDy=0;exitPerimeter=0;entryX=0.047;entryY=0.73;entryDx=0;entryDy=0;entryPerimeter=0;endArrow=none;endFill=0;" target="ttJMnmOJ9A8DWHro3bs2-331">
          <mxGeometry relative="1" as="geometry" />
        </mxCell>
      </root>
    </mxGraphModel>
  </diagram>
</mxfile>
